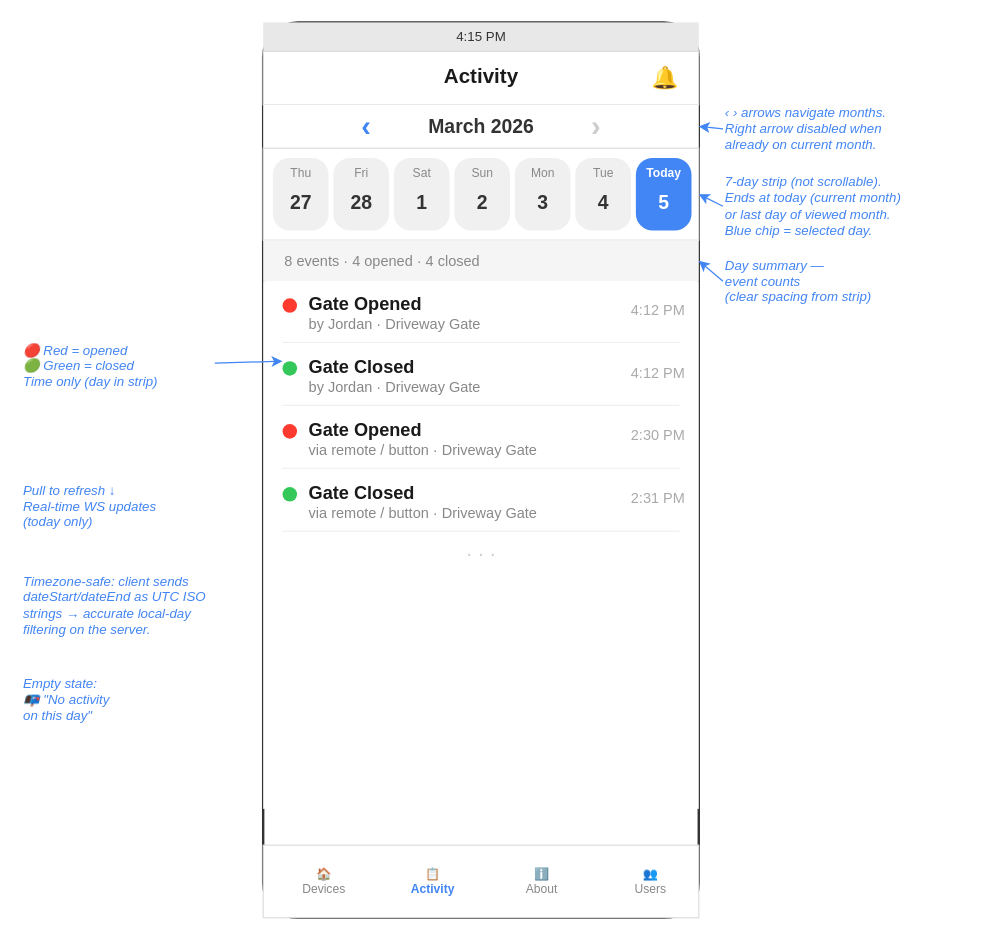
This is docs/wireframes/activity-feed-v1.5.6.drawio from Wall333/Gate-automation, a draw.io file, before an edit. Source tidied: cells renumbered, new cells numbered last; positions are measured from the earlier drawing's top-left corner, leaving out a move shared by most shapes. Both pictures are drawn from the tidied source at 121%, with x=0, y=0 at pixel (21, 22).
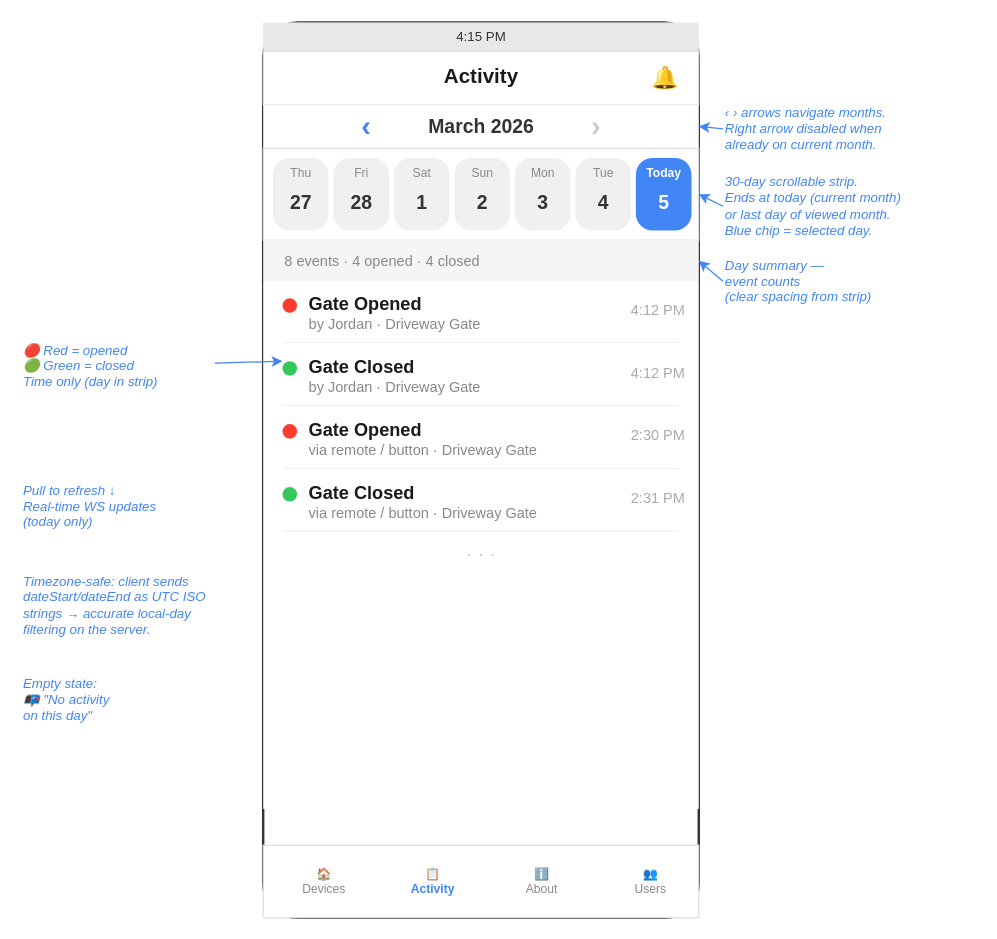
The same page after the edit.

Commit message (it also covers changes not shown here):
feat(activity-feed): 30-day ScrollView strip, fix summary clipping

- Replace horizontal FlatList with ScrollView for date strip (fixes
  layout height not being computed, which caused summary bar to
  overlap/clip into the strip)
- Change strip from 7 days to 30 days
- Update wireframe annotations (30-day scrollable strip)
- Rewrite CHANGELOG v1.5.6 entry to match final implementation

The edit, as a diff of the source:
```diff
@@
-    <mxCell id="64" value="7-day strip (not scrollable).&#10;Ends at today (current month)&#10;or last day of viewed month.&#10;Blue chip = selected day." style="text;html=1;align=left;verticalAlign=middle;points=[];strokeColor=none;fillColor=none;fontSize=11;fontColor=#4285F4;fontStyle=2;" parent="1" vertex="1">
+    <mxCell id="64" value="30-day scrollable strip.&#10;Ends at today (current month)&#10;or last day of viewed month.&#10;Blue chip = selected day." style="text;html=1;align=left;verticalAlign=middle;points=[];strokeColor=none;fillColor=none;fontSize=11;fontColor=#4285F4;fontStyle=2;" parent="1" vertex="1">
       <mxGeometry x="580" y="120" width="210" height="64" as="geometry" />
     </mxCell>
```
